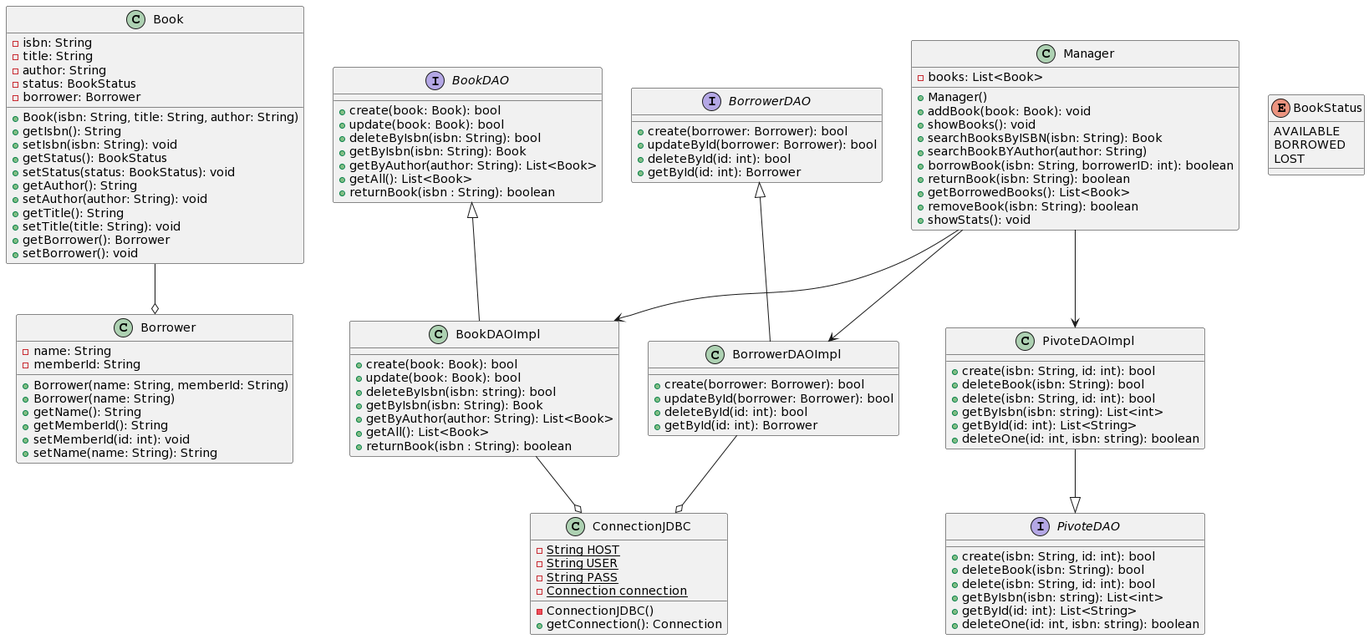
Before: class.png, a diagram exported from PlantUML (aymane-smi/SAS2).
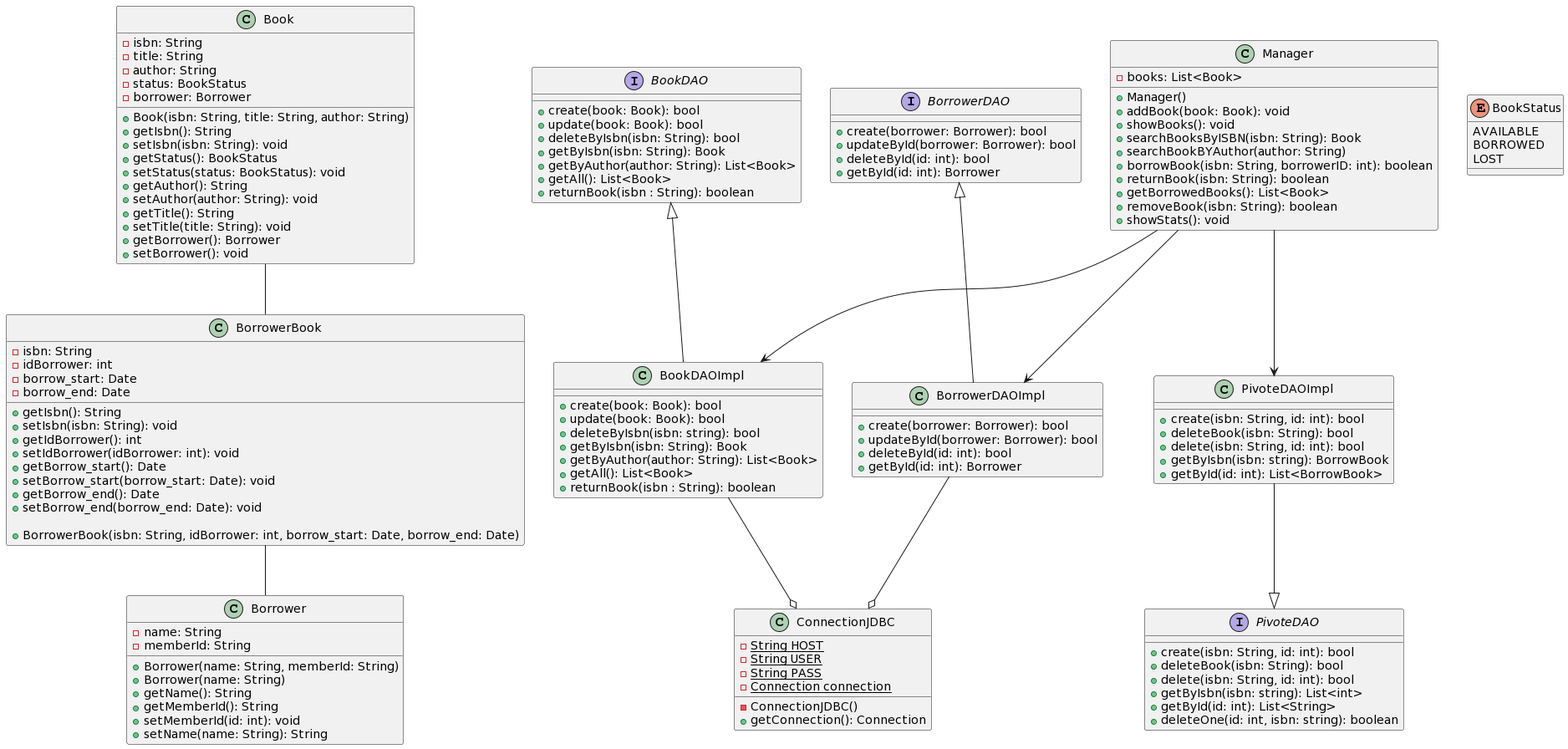
Later version of the same file.

Commit message:
[SAS2-15] #16 add pivot(DAO, DAOImpl and entity), update class diagram

Change to the diagram source:
```diff
@@ -32,6 +32,24 @@
   + setMemberId(id: int): void
   + setName(name: String): String
 }
+
+class BorrowerBook {
+        - isbn: String
+        - idBorrower: int
+        - borrow_start: Date
+        - borrow_end: Date
+
+        + getIsbn(): String
+        + setIsbn(isbn: String): void
+        + getIdBorrower(): int
+        + setIdBorrower(idBorrower: int): void
+        + getBorrow_start(): Date
+        + setBorrow_start(borrow_start: Date): void
+        + getBorrow_end(): Date
+        + setBorrow_end(borrow_end: Date): void
+
+        + BorrowerBook(isbn: String, idBorrower: int, borrow_start: Date, borrow_end: Date)
+    }
 
 interface BookDAO {
     + create(book: Book): bool
@@ -80,9 +98,8 @@
     + create(isbn: String, id: int): bool
     + deleteBook(isbn: String): bool
     + delete(isbn: String, id: int): bool
-    + getByIsbn(isbn: string): List<int>
-    + getById(id: int): List<String>
-    + deleteOne(id: int, isbn: string): boolean
+    + getByIsbn(isbn: string): BorrowBook
+    + getById(id: int): List<BorrowBook>
 }
 
 class ConnectionJDBC{
@@ -122,6 +139,7 @@
 BookDAOImpl --o ConnectionJDBC
 BorrowerDAO <|-- BorrowerDAOImpl
 BorrowerDAOImpl --o ConnectionJDBC
-Book --o Borrower
+Book -- BorrowerBook
+BorrowerBook -- Borrower
 PivoteDAOImpl --|> PivoteDAO
 @enduml
```
